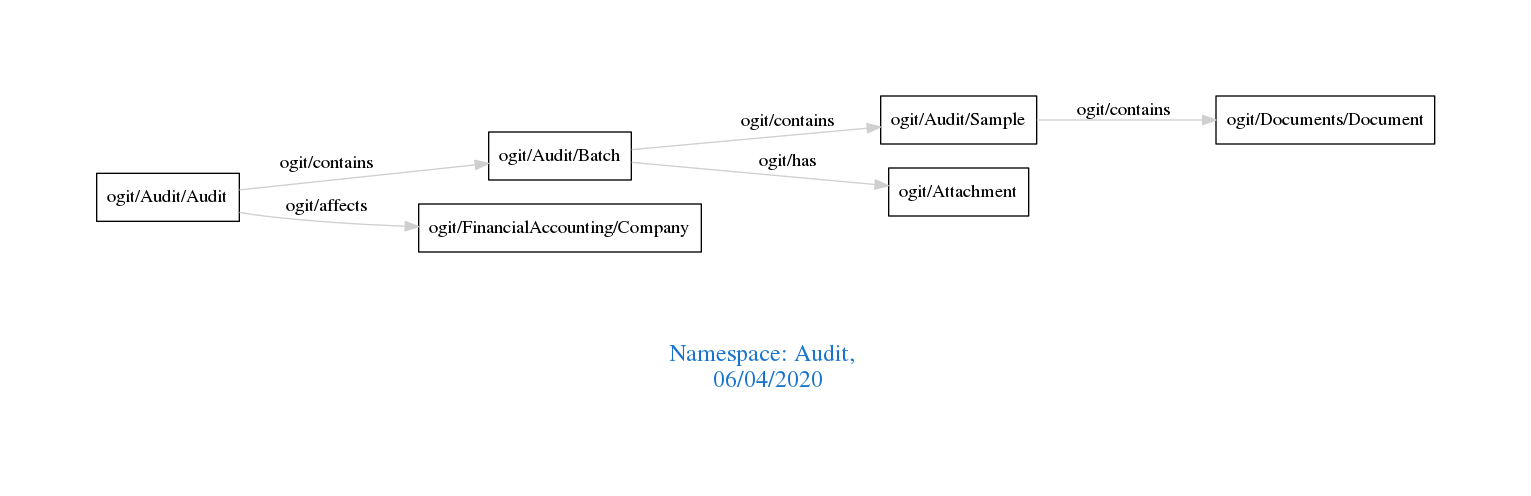
Above: downloads/Audit.png in arago/OGIT (Graphviz), before the change. Its source is kept beside it as downloads/Audit.dot.
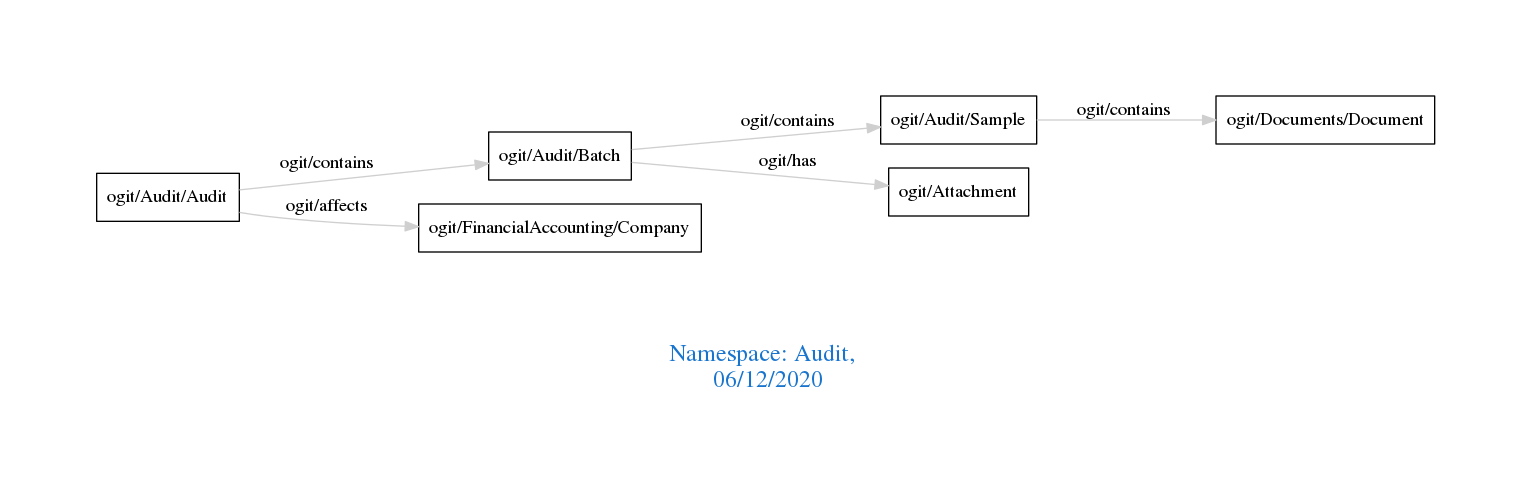
Later version of the same file.

The edit, as a diff of the source:
```diff
@@ -1,7 +1,7 @@
 digraph OGIT_ontology {
  graph [ rankdir= LR,pad=1
 fontsize = 18,
-fontcolor= dodgerblue3,label = "\n\n\nNamespace: Audit, \n 06/04/2020"];
+fontcolor= dodgerblue3,label = "\n\n\nNamespace: Audit, \n 06/12/2020"];
 node[shape=polygon];
 edge [  color="gray81"];
 
```
